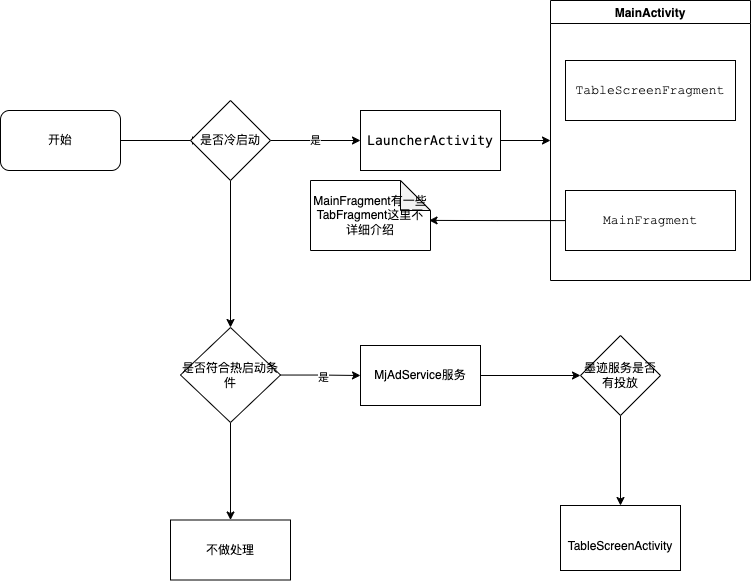
Before: moji/开屏广告.png, a diagram exported from draw.io (HengqianSong/drawIO). Source tidied: cells renumbered, new cells last; positions are measured from the earlier drawing's top-left corner, leaving out a move shared by most shapes.
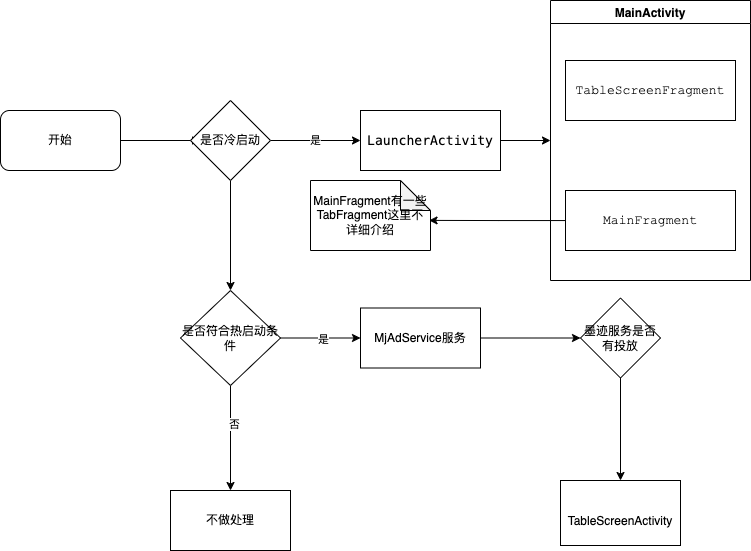
Above is the later version.

Commit message:
更新开屏广告.png

Change to the diagram source:
```diff
@@ -42,7 +42,7 @@
       <mxGeometry relative="1" as="geometry" />
     </mxCell>
     <mxCell id="15" value="MjAdService服务" style="rounded=0;whiteSpace=wrap;html=1;" parent="1" vertex="1">
-      <mxGeometry x="360" y="345" width="120" height="60" as="geometry" />
+      <mxGeometry x="360" y="307.5" width="120" height="60" as="geometry" />
     </mxCell>
     <mxCell id="16" style="edgeStyle=orthogonalEdgeStyle;rounded=0;jettySize=auto;html=1;entryX=0;entryY=0.5;entryDx=0;entryDy=0;" parent="1" edge="1" source="19" target="15">
       <mxGeometry relative="1" as="geometry" />
@@ -55,20 +55,23 @@
     <mxCell id="18" style="edgeStyle=orthogonalEdgeStyle;rounded=0;jettySize=auto;html=1;" parent="1" edge="1" source="19" target="20">
       <mxGeometry relative="1" as="geometry" />
     </mxCell>
+    <mxCell id="24" value="否" style="edgeLabel;html=1;align=center;verticalAlign=middle;" parent="18" vertex="1">
+      <mxGeometry x="-0.27" y="3" relative="1" as="geometry" />
+    </mxCell>
     <mxCell id="19" value="是否符合热启动条件" style="rhombus;whiteSpace=wrap;html=1;strokeColor=#000000;" parent="1" vertex="1">
-      <mxGeometry x="180" y="327" width="100" height="95" as="geometry" />
+      <mxGeometry x="180" y="290" width="100" height="95" as="geometry" />
     </mxCell>
     <mxCell id="20" value="不做处理" style="whiteSpace=wrap;html=1;strokeColor=#000000;" parent="1" vertex="1">
-      <mxGeometry x="170" y="519.5" width="120" height="60" as="geometry" />
+      <mxGeometry x="170" y="490" width="120" height="60" as="geometry" />
     </mxCell>
     <mxCell id="21" style="edgeStyle=orthogonalEdgeStyle;rounded=0;jettySize=auto;html=1;" parent="1" edge="1" source="22" target="23">
       <mxGeometry relative="1" as="geometry" />
     </mxCell>
     <mxCell id="22" value="墨迹服务是否有投放" style="rhombus;whiteSpace=wrap;html=1;rounded=0;" parent="1" vertex="1">
-      <mxGeometry x="580" y="335" width="80" height="80" as="geometry" />
+      <mxGeometry x="580" y="297.5" width="80" height="80" as="geometry" />
     </mxCell>
     <mxCell id="23" value="&lt;br&gt;&lt;br&gt;TableScreenActivity&lt;br&gt;&lt;br&gt;" style="whiteSpace=wrap;html=1;rounded=0;" parent="1" vertex="1">
-      <mxGeometry x="560" y="505" width="120" height="65" as="geometry" />
+      <mxGeometry x="560" y="480" width="120" height="65" as="geometry" />
     </mxCell>
   </root>
 </mxGraphModel>
```
